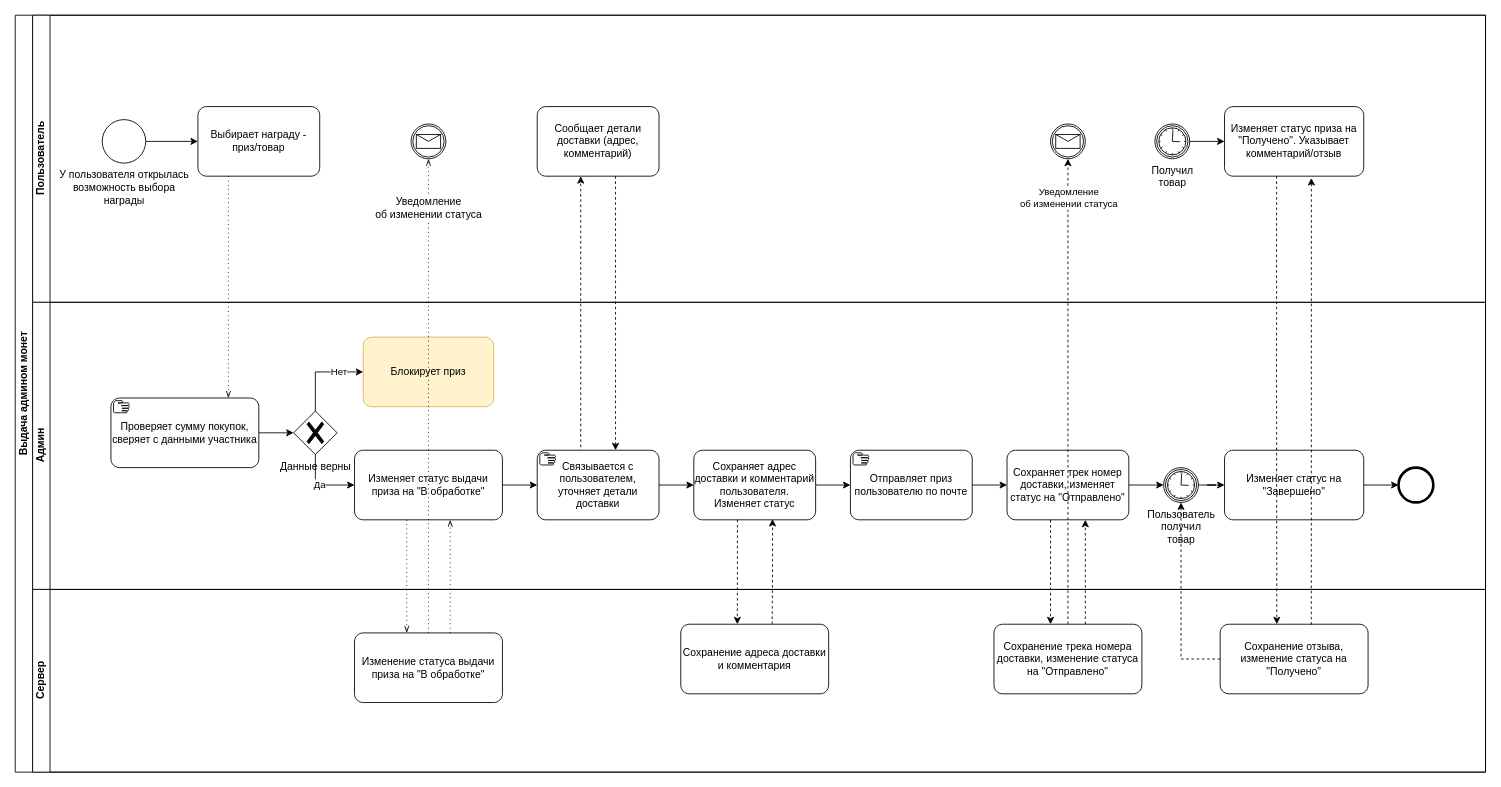
The draw.io diagram page "Выдача призов/товаров" (5 of 5) of Награждение участников.drawio in aau8/draw.io, before the edit. Source tidied: cells renumbered, new cells numbered last; positions are measured from the earlier drawing's top-left corner, leaving out a move shared by most shapes. Both pictures are drawn from the tidied source at 87%, with x=0, y=0 at pixel (15, 15).
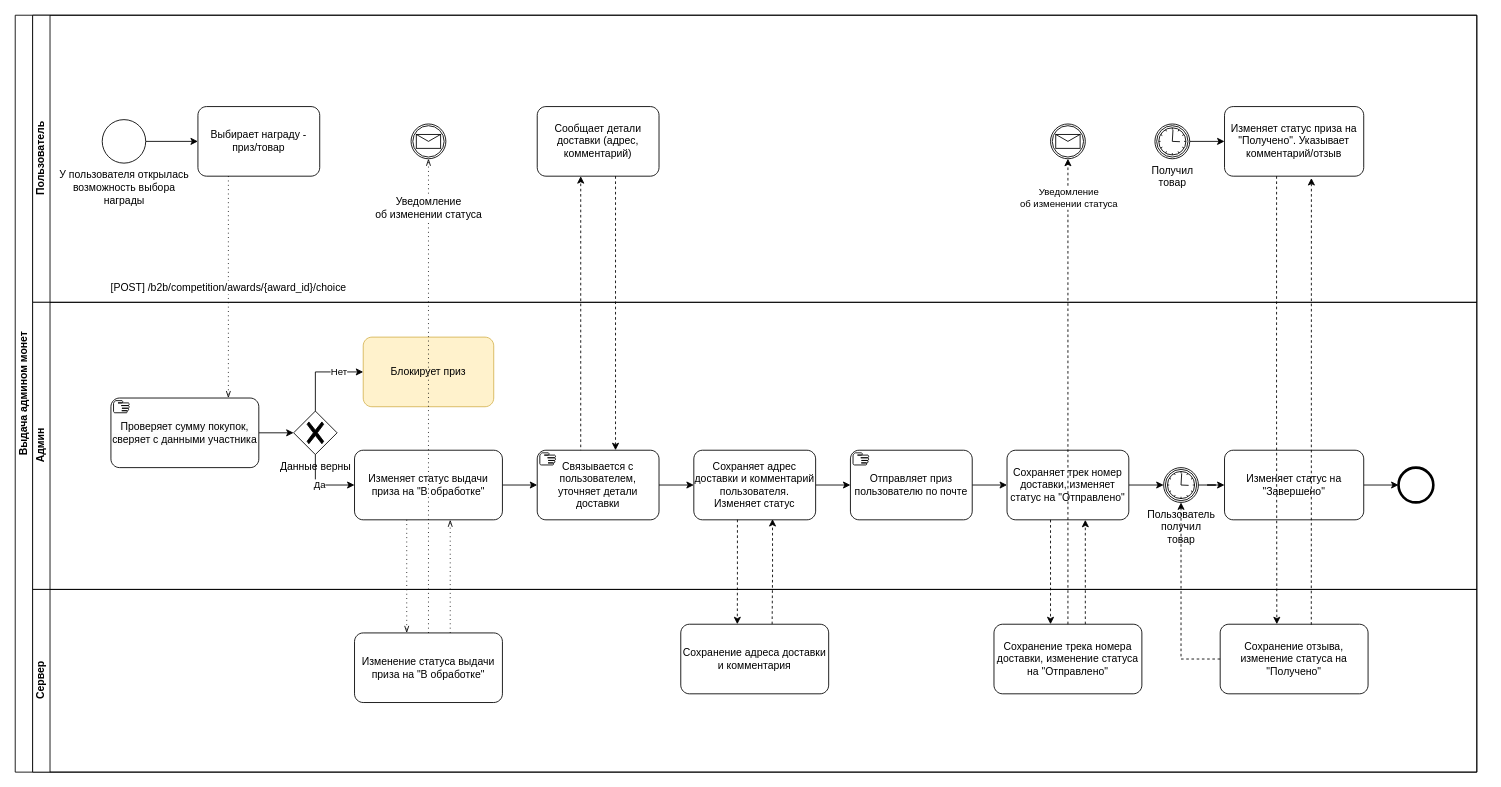
The same page after the edit.

The change refers to these unchanged cells:
```xml
<mxCell id="6" value="Выбирает награду - приз/товар" style="points=[[0.25,0,0],[0.5,0,0],[0.75,0,0],[1,0.25,0],[1,0.5,0],[1,0.75,0],[0.75,1,0],[0.5,1,0],[0.25,1,0],[0,0.75,0],[0,0.5,0],[0,0.25,0]];shape=mxgraph.bpmn.task;whiteSpace=wrap;rectStyle=rounded;size=10;html=1;taskMarker=abstract;" parent="3" vertex="1">
  <mxGeometry x="190" y="105" width="140" height="80" as="geometry" />
</mxCell>
<mxCell id="20" value="&lt;span style=&quot;color: rgb(0, 0, 0); font-family: Helvetica; font-size: 12px; font-style: normal; font-variant-ligatures: normal; font-variant-caps: normal; font-weight: 400; letter-spacing: normal; orphans: 2; text-align: center; text-indent: 0px; text-transform: none; widows: 2; word-spacing: 0px; -webkit-text-stroke-width: 0px; background-color: rgb(251, 251, 251); text-decoration-thickness: initial; text-decoration-style: initial; text-decoration-color: initial; float: none; display: inline !important;&quot;&gt;Проверяет сумму покупок, сверяет с данными участника&lt;/span&gt;" style="points=[[0.25,0,0],[0.5,0,0],[0.75,0,0],[1,0.25,0],[1,0.5,0],[1,0.75,0],[0.75,1,0],[0.5,1,0],[0.25,1,0],[0,0.75,0],[0,0.5,0],[0,0.25,0]];shape=mxgraph.bpmn.task;whiteSpace=wrap;rectStyle=rounded;size=10;html=1;taskMarker=manual;" parent="14" vertex="1">
  <mxGeometry x="90" y="110" width="170" height="80" as="geometry" />
</mxCell>
```

The edit, as a diff of the source:
```diff
@@
     <mxCell id="2" value="Выдача админом монет" style="swimlane;html=1;horizontal=0;startSize=20;whiteSpace=wrap;" parent="1" vertex="1">
-      <mxGeometry width="1690" height="870" as="geometry" />
+      <mxGeometry width="1680" height="870" as="geometry" />
     </mxCell>
     <mxCell id="3" value="Пользователь" style="swimlane;html=1;startSize=20;horizontal=0;" parent="2" vertex="1">
-      <mxGeometry x="20" width="1670" height="330" as="geometry" />
+      <mxGeometry x="20" width="1660" height="330" as="geometry" />
     </mxCell>
@@
     <mxCell id="14" value="Админ" style="swimlane;html=1;startSize=20;horizontal=0;" parent="2" vertex="1">
-      <mxGeometry x="20" y="330" width="1670" height="330" as="geometry" />
+      <mxGeometry x="20" y="330" width="1660" height="330" as="geometry" />
     </mxCell>
@@
     <mxCell id="40" value="Сервер" style="swimlane;html=1;startSize=20;horizontal=0;" parent="2" vertex="1">
-      <mxGeometry x="20" y="660" width="1670" height="210" as="geometry" />
+      <mxGeometry x="20" y="660" width="1660" height="210" as="geometry" />
     </mxCell>
@@
-    <mxCell id="45" style="edgeStyle=elbowEdgeStyle;fontSize=12;html=1;endFill=0;startFill=0;endSize=6;startSize=6;dashed=1;dashPattern=1 4;endArrow=openThin;startArrow=none;rounded=0;" parent="2" edge="1" source="6" target="20">
+    <mxCell id="45" value="[POST] /b2b/competition/awards/{award_id}/choice" style="edgeStyle=elbowEdgeStyle;fontSize=12;html=1;endFill=0;startFill=0;endSize=6;startSize=6;dashed=1;dashPattern=1 4;endArrow=openThin;startArrow=none;rounded=0;" parent="2" edge="1" source="6" target="20">
       <mxGeometry relative="1" as="geometry" />
     </mxCell>
```
